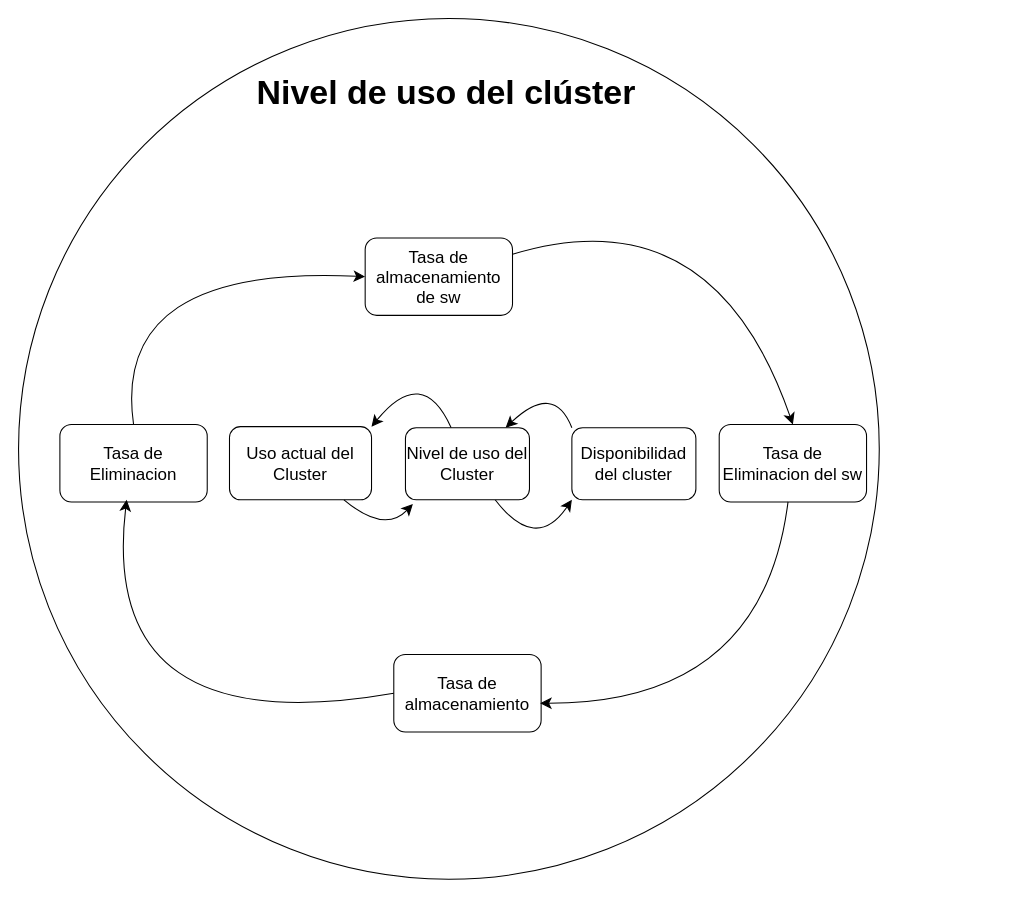
Earlier version of the draw.io diagram page "Página-1" (1 of 2) of Q3Simulacion.drawio (EstebanGitPro/AdminFinanazas). Source tidied: cells renumbered, new cells numbered last; positions are measured from the earlier drawing's top-left corner, leaving out a move shared by most shapes. Both pictures are drawn from the tidied source at 106%, with x=0, y=0 at pixel (18, 18).
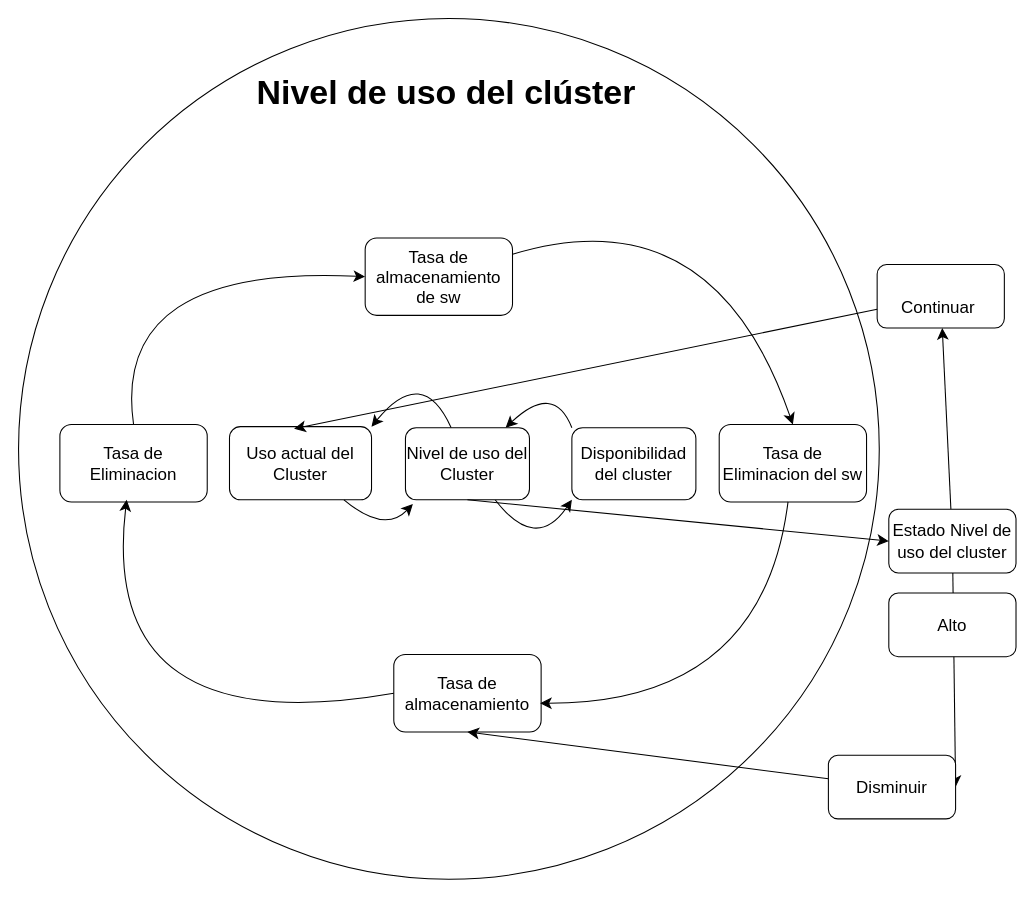
Above is the later version.

The change refers to these unchanged cells:
```xml
<mxCell id="6" value="Uso actual del Cluster" style="rounded=1;whiteSpace=wrap;html=1;fontSize=16;" parent="1" vertex="1">
  <mxGeometry x="199" y="385" width="134" height="69" as="geometry" />
</mxCell>
<mxCell id="10" value="Nivel de uso del Cluster" style="rounded=1;whiteSpace=wrap;html=1;fontSize=16;" parent="1" vertex="1">
  <mxGeometry x="365" y="386" width="117" height="68" as="geometry" />
</mxCell>
<mxCell id="11" value="Tasa de almacenamiento" style="rounded=1;whiteSpace=wrap;html=1;fontSize=16;" parent="1" vertex="1">
  <mxGeometry x="354" y="600" width="139" height="73" as="geometry" />
</mxCell>
```

Diff of the diagram source:
```diff
@@
+    <mxCell id="19" style="edgeStyle=none;curved=1;rounded=0;jettySize=auto;html=1;entryX=1;entryY=0.5;entryDx=0;entryDy=0;fontSize=12;startSize=8;endSize=8;" parent="1" edge="1" source="21" target="24">
+      <mxGeometry relative="1" as="geometry" />
+    </mxCell>
+    <mxCell id="20" style="edgeStyle=none;curved=1;rounded=0;jettySize=auto;html=1;fontSize=12;startSize=8;endSize=8;" parent="1" edge="1" source="21" target="26">
+      <mxGeometry relative="1" as="geometry" />
+    </mxCell>
+    <mxCell id="21" value="Estado Nivel de uso del cluster" style="rounded=1;whiteSpace=wrap;html=1;fontSize=16;" parent="1" vertex="1">
+      <mxGeometry x="821" y="463" width="120" height="60" as="geometry" />
+    </mxCell>
+    <mxCell id="22" style="endArrow=classic;html=1;rounded=0;fontSize=12;startSize=8;endSize=8;curved=1;entryX=0;entryY=0.5;entryDx=0;entryDy=0;exitX=0.5;exitY=1;exitDx=0;exitDy=0;" parent="1" edge="1" source="10" target="21">
+      <mxGeometry relative="1" as="geometry" />
+    </mxCell>
+    <mxCell id="23" style="edgeStyle=none;curved=1;rounded=0;jettySize=auto;html=1;entryX=0.5;entryY=1;entryDx=0;entryDy=0;fontSize=12;startSize=8;endSize=8;" parent="1" edge="1" source="24" target="11">
+      <mxGeometry relative="1" as="geometry" />
+    </mxCell>
+    <mxCell id="24" value="Disminuir" style="rounded=1;whiteSpace=wrap;html=1;fontSize=16;" parent="1" vertex="1">
+      <mxGeometry x="764" y="695" width="120" height="60" as="geometry" />
+    </mxCell>
+    <mxCell id="25" value="Alto" style="rounded=1;whiteSpace=wrap;html=1;fontSize=16;" parent="1" vertex="1">
+      <mxGeometry x="821" y="542" width="120" height="60" as="geometry" />
+    </mxCell>
+    <mxCell id="26" value="&lt;br&gt;Continuar&amp;nbsp;" style="rounded=1;whiteSpace=wrap;html=1;fontSize=16;" parent="1" vertex="1">
+      <mxGeometry x="810" y="232" width="120" height="60" as="geometry" />
+    </mxCell>
+    <mxCell id="27" style="edgeStyle=none;curved=1;rounded=0;jettySize=auto;html=1;entryX=0.455;entryY=0.029;entryDx=0;entryDy=0;entryPerimeter=0;fontSize=12;startSize=8;endSize=8;" parent="1" edge="1" source="26" target="6">
+      <mxGeometry relative="1" as="geometry" />
+    </mxCell>
```
